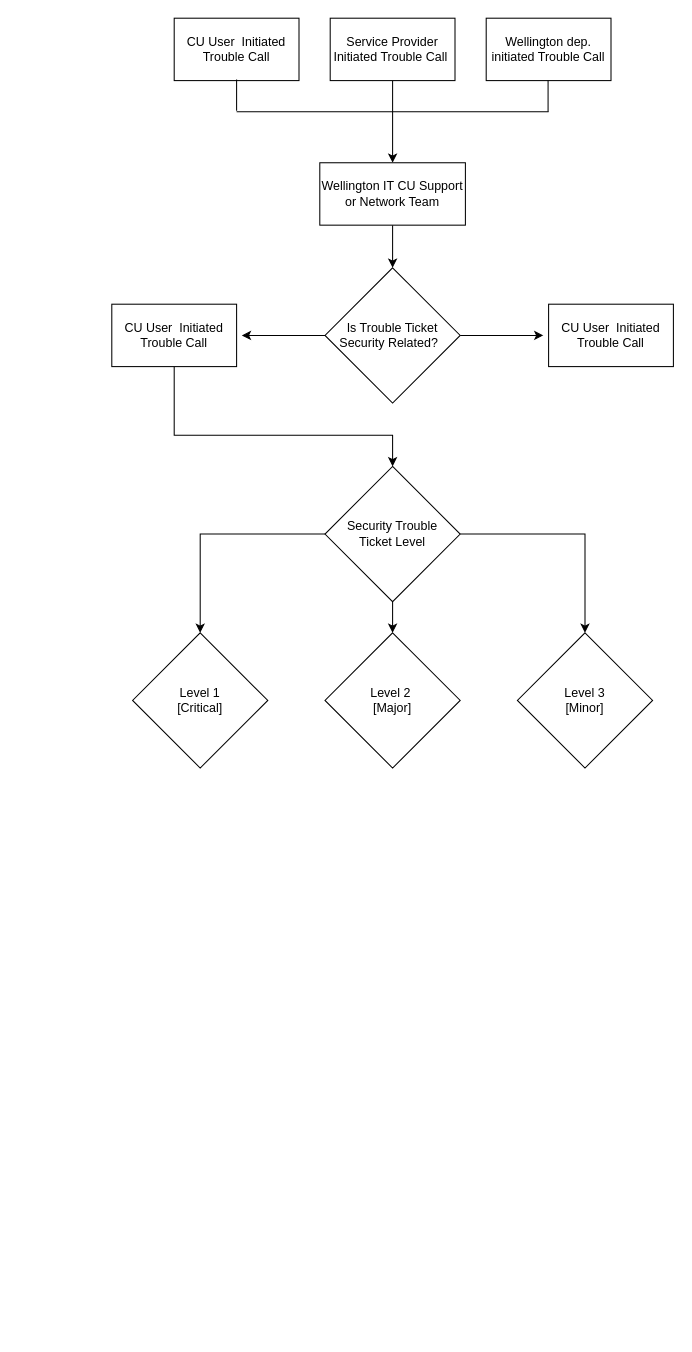
The draw.io diagram Untitled Diagram.drawio in xavery11235/e-sprzeciw, before the edit. Source tidied: cells renumbered, new cells numbered last; positions are measured from the earlier drawing's top-left corner, leaving out a move shared by most shapes. Both pictures are drawn from the tidied source at 104%, with x=0, y=0 at pixel (111, 18).
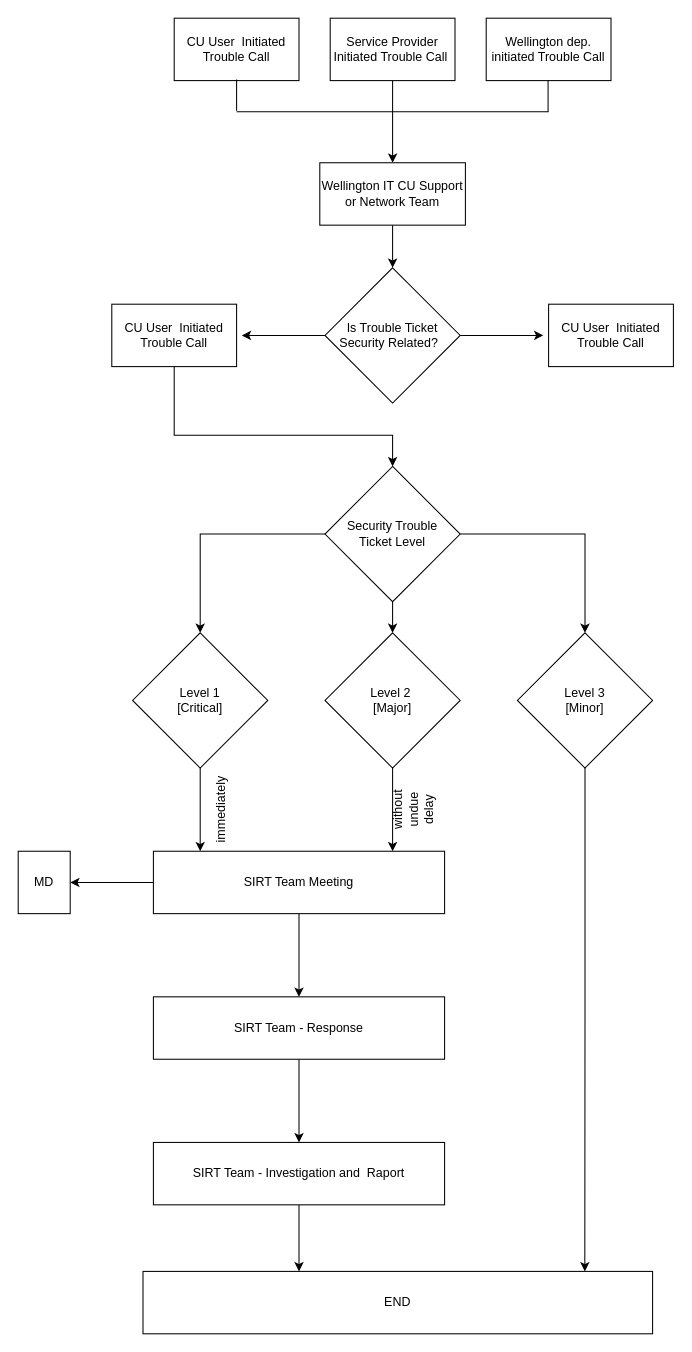
The same diagram, later.

Unchanged cells that the change refers to:
```xml
<mxCell id="21" value="Level 1&lt;br&gt;[Critical]&lt;br&gt;" style="rhombus;whiteSpace=wrap;html=1;" parent="1" vertex="1">
  <mxGeometry x="20" y="591" width="130" height="130" as="geometry" />
</mxCell>
<mxCell id="22" value="Level 2&amp;nbsp;&lt;br&gt;[Major]&lt;br&gt;" style="rhombus;whiteSpace=wrap;html=1;" parent="1" vertex="1">
  <mxGeometry x="205" y="591" width="130" height="130" as="geometry" />
</mxCell>
<mxCell id="23" value="Level 3&lt;br&gt;[Minor]&lt;br&gt;" style="rhombus;whiteSpace=wrap;html=1;" parent="1" vertex="1">
  <mxGeometry x="390" y="591" width="130" height="130" as="geometry" />
</mxCell>
```

The edit, as a diff of the source:
```diff
@@
+    <mxCell id="24" style="edgeStyle=orthogonalEdgeStyle;rounded=0;jettySize=auto;html=1;" parent="1" edge="1" source="21">
+      <mxGeometry relative="1" as="geometry">
+        <mxPoint x="85" y="801" as="targetPoint" />
+      </mxGeometry>
+    </mxCell>
@@
+    <mxCell id="25" style="edgeStyle=orthogonalEdgeStyle;rounded=0;jettySize=auto;html=1;" parent="1" edge="1" source="22">
+      <mxGeometry relative="1" as="geometry">
+        <mxPoint x="270" y="801" as="targetPoint" />
+      </mxGeometry>
+    </mxCell>
@@
+    <mxCell id="26" style="edgeStyle=orthogonalEdgeStyle;rounded=0;jettySize=auto;html=1;entryX=0.867;entryY=0;entryDx=0;entryDy=0;entryPerimeter=0;" parent="1" edge="1" source="23" target="35">
+      <mxGeometry relative="1" as="geometry" />
+    </mxCell>
@@
+    <mxCell id="27" style="edgeStyle=orthogonalEdgeStyle;rounded=0;jettySize=auto;html=1;" parent="1" edge="1" source="29" target="34">
+      <mxGeometry relative="1" as="geometry" />
+    </mxCell>
+    <mxCell id="28" style="edgeStyle=orthogonalEdgeStyle;rounded=0;jettySize=auto;html=1;" parent="1" edge="1" source="29" target="31">
+      <mxGeometry relative="1" as="geometry" />
+    </mxCell>
+    <mxCell id="29" value="SIRT Team Meeting&lt;br&gt;" style="rounded=0;whiteSpace=wrap;html=1;" parent="1" vertex="1">
+      <mxGeometry x="40" y="801" width="280" height="60" as="geometry" />
+    </mxCell>
+    <mxCell id="30" style="edgeStyle=orthogonalEdgeStyle;rounded=0;jettySize=auto;html=1;" parent="1" edge="1" source="31" target="33">
+      <mxGeometry relative="1" as="geometry" />
+    </mxCell>
+    <mxCell id="31" value="SIRT Team - Response&lt;br&gt;" style="rounded=0;whiteSpace=wrap;html=1;" parent="1" vertex="1">
+      <mxGeometry x="40" y="941" width="280" height="60" as="geometry" />
+    </mxCell>
+    <mxCell id="32" style="edgeStyle=orthogonalEdgeStyle;rounded=0;jettySize=auto;html=1;" parent="1" edge="1" source="33" target="35">
+      <mxGeometry relative="1" as="geometry">
+        <Array as="points">
+          <mxPoint x="180" y="1181" />
+          <mxPoint x="180" y="1181" />
+        </Array>
+      </mxGeometry>
+    </mxCell>
+    <mxCell id="33" value="SIRT Team - Investigation and&amp;nbsp; Raport&lt;br&gt;" style="rounded=0;whiteSpace=wrap;html=1;" parent="1" vertex="1">
+      <mxGeometry x="40" y="1081" width="280" height="60" as="geometry" />
+    </mxCell>
+    <mxCell id="34" value="MD&lt;br&gt;" style="rounded=0;whiteSpace=wrap;html=1;" parent="1" vertex="1">
+      <mxGeometry x="-90" y="801" width="50" height="60" as="geometry" />
+    </mxCell>
+    <mxCell id="35" value="END" style="rounded=0;whiteSpace=wrap;html=1;" parent="1" vertex="1">
+      <mxGeometry x="30" y="1205" width="490" height="60" as="geometry" />
+    </mxCell>
+    <mxCell id="36" value="&lt;span id=&quot;docs-internal-guid-8dfdb946-7fff-b210-fd6d-88d1084e0ddc&quot;&gt;&lt;span&gt;immediately&lt;/span&gt;&lt;/span&gt;" style="text;html=1;strokeColor=none;fillColor=none;align=center;verticalAlign=middle;whiteSpace=wrap;rounded=0;rotation=-90;" parent="1" vertex="1">
+      <mxGeometry x="85" y="751" width="40" height="20" as="geometry" />
+    </mxCell>
+    <mxCell id="37" value="&lt;span id=&quot;docs-internal-guid-6e3599e8-7fff-3344-44cd-791d53078abe&quot;&gt;&lt;span&gt;&lt;br&gt;without undue delay&lt;/span&gt;&lt;/span&gt;&lt;br&gt;" style="text;html=1;strokeColor=none;fillColor=none;align=center;verticalAlign=middle;whiteSpace=wrap;rounded=0;rotation=-90;" parent="1" vertex="1">
+      <mxGeometry x="260" y="751" width="46" height="20" as="geometry" />
+    </mxCell>
```
